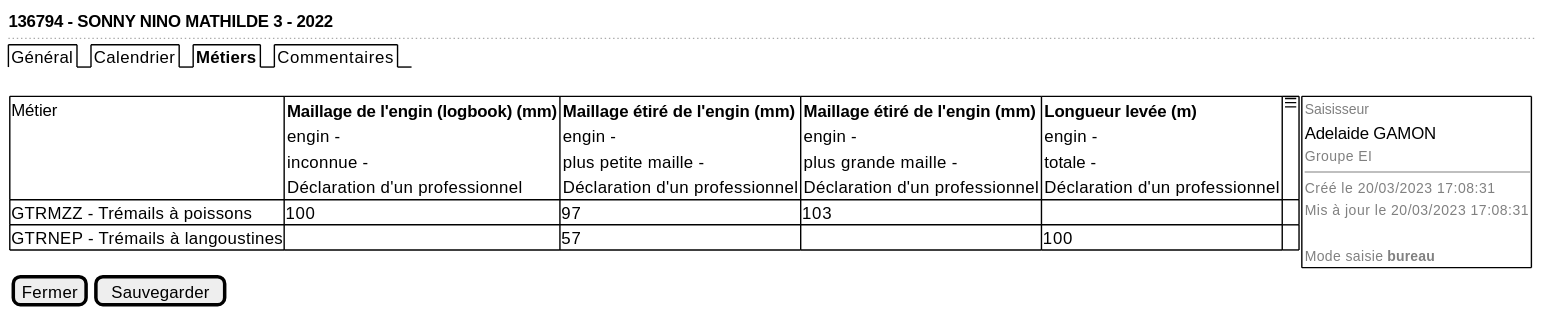
Above: projects/activity-calendar/spe/images/activity-calendar-metiers.svg in sumaris-net/sumaris-doc (PlantUML), before the change.
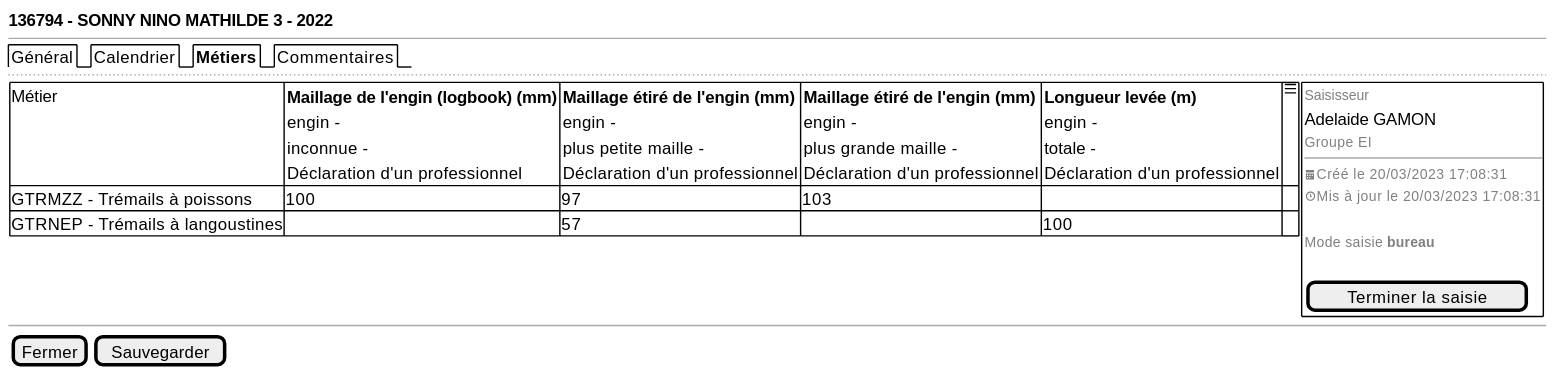
Above is the later version.

The edit, as a diff of the source:
```diff
@@ -1,9 +1,9 @@
 @startsalt
 {
   <b>136794 - SONNY NINO MATHILDE 3 - 2022
+  --
+  {/ Général | Calendrier | <b>Métiers | Commentaires }
   ..
-  {/ Général | Calendrier | <b>Métiers | Commentaires }
-  .
 
   {
   {# Métier | {<b>Maillage de l'engin (logbook) (mm)
@@ -29,12 +29,14 @@
               Adelaide GAMON
               <font color=grey size=10>Groupe EI
               --
-              <font color=grey size=10>Créé le 20/03/2023 17:08:31
-              <font color=grey size=10>Mis à jour le 20/03/2023 17:08:31
+              <font color=grey size=10><&calendar>Créé le 20/03/2023 17:08:31
+              <font color=grey size=10><&clock>Mis à jour le 20/03/2023 17:08:31
               .
               <font color=grey size=10>Mode saisie <b>bureau
+              .
+              [ Terminer la saisie]
               }}}
-
+  --
   { [Fermer] | [Sauvegarder] }
 }
 @endsalt
```
